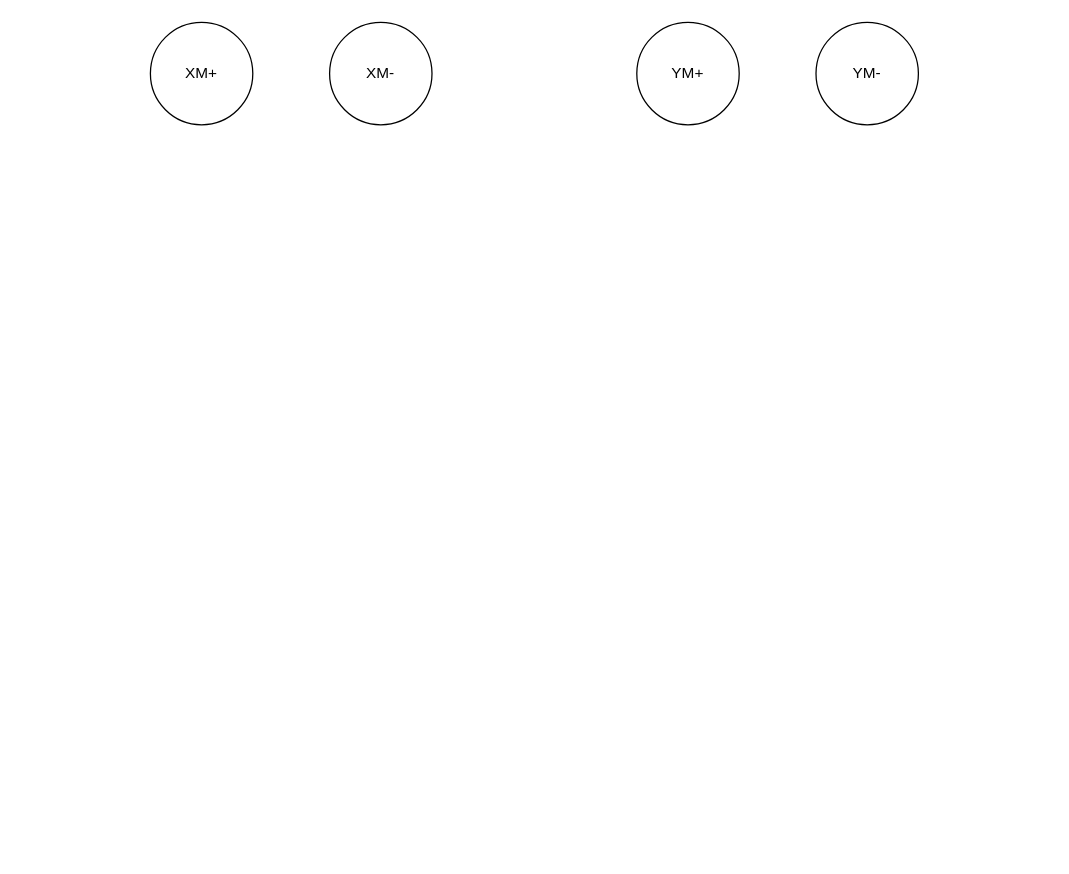
lspark11/ENME-533-Project keeps this draw.io diagram as BasicCNCStateDiagramXY.drawio. Above is the earlier version. Source tidied: cells renumbered, new cells numbered last; positions are measured from the earlier drawing's top-left corner, leaving out a move shared by most shapes. Both pictures are drawn from the tidied source at 128%, with x=0, y=0 at pixel (150, 22).
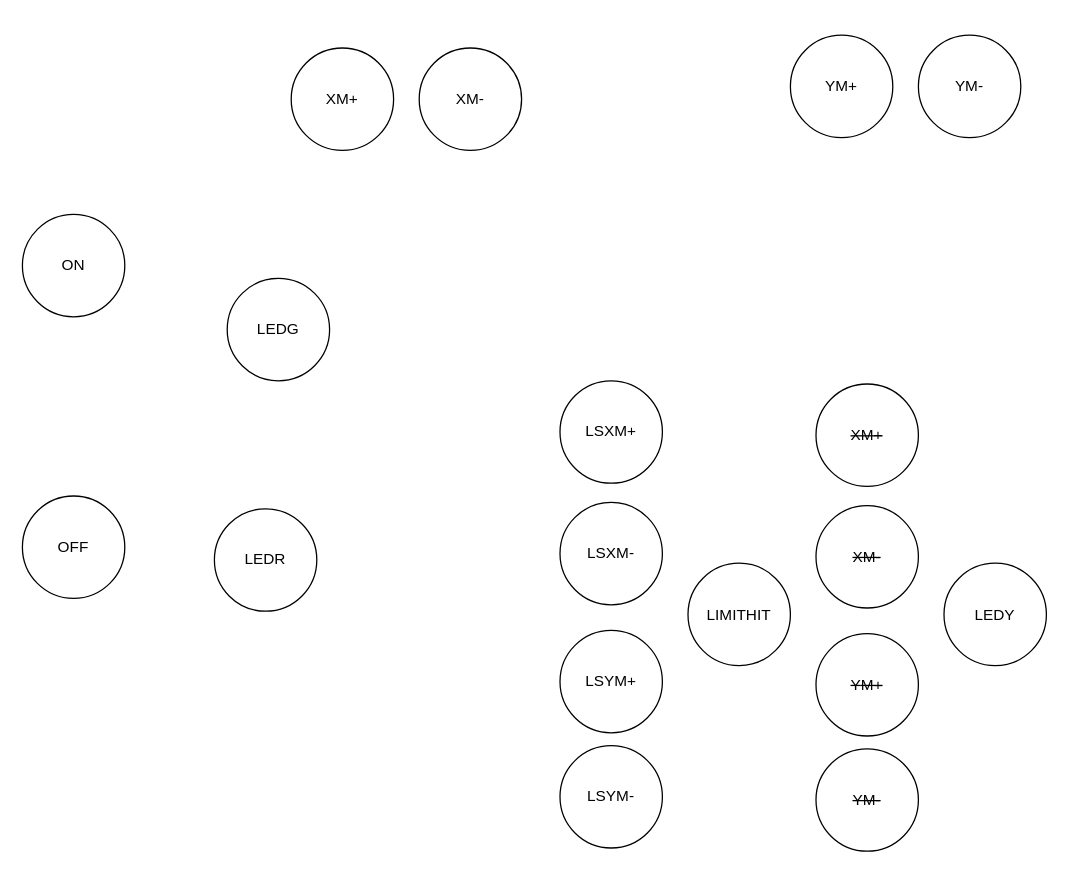
Above is the later version.

What changed in the source:
```diff
@@
 <mxGraphModel>
   <root>
     <mxCell id="0" />
     <mxCell id="1" parent="0" />
     <mxCell id="2" value="XM+" style="ellipse;whiteSpace=wrap;html=1;" parent="1" vertex="1">
-      <mxGeometry width="80" height="80" as="geometry" />
+      <mxGeometry x="110" y="20" width="80" height="80" as="geometry" />
     </mxCell>
     <mxCell id="3" value="YM-" style="ellipse;whiteSpace=wrap;html=1;" parent="1" vertex="1">
-      <mxGeometry x="520" width="80" height="80" as="geometry" />
+      <mxGeometry x="600" y="10" width="80" height="80" as="geometry" />
     </mxCell>
-    <mxCell id="4" value="XM-" style="ellipse;whiteSpace=wrap;html=1;" parent="1" vertex="1">
-      <mxGeometry x="140" width="80" height="80" as="geometry" />
+    <mxCell id="4" value="&lt;strike&gt;XM-&lt;/strike&gt;" style="ellipse;whiteSpace=wrap;html=1;" parent="1" vertex="1">
+      <mxGeometry x="520" y="377.5" width="80" height="80" as="geometry" />
     </mxCell>
     <mxCell id="5" value="Y&lt;span style=&quot;background-color: transparent; color: light-dark(rgb(0, 0, 0), rgb(255, 255, 255));&quot;&gt;M+&lt;/span&gt;" style="ellipse;whiteSpace=wrap;html=1;" parent="1" vertex="1">
-      <mxGeometry x="380" width="80" height="80" as="geometry" />
+      <mxGeometry x="500" y="10" width="80" height="80" as="geometry" />
     </mxCell>
+    <mxCell id="6" value="ON" style="ellipse;whiteSpace=wrap;html=1;" parent="1" vertex="1">
+      <mxGeometry x="-100" y="150" width="80" height="80" as="geometry" />
+    </mxCell>
+    <mxCell id="7" value="OFF" style="ellipse;whiteSpace=wrap;html=1;" parent="1" vertex="1">
+      <mxGeometry x="-100" y="370" width="80" height="80" as="geometry" />
+    </mxCell>
+    <mxCell id="8" value="LIMITHIT" style="ellipse;whiteSpace=wrap;html=1;" parent="1" vertex="1">
+      <mxGeometry x="420" y="422.5" width="80" height="80" as="geometry" />
+    </mxCell>
+    <mxCell id="9" value="&lt;strike&gt;XM+&lt;/strike&gt;" style="ellipse;whiteSpace=wrap;html=1;" parent="1" vertex="1">
+      <mxGeometry x="520" y="282.5" width="80" height="80" as="geometry" />
+    </mxCell>
+    <mxCell id="10" value="XM-" style="ellipse;whiteSpace=wrap;html=1;" parent="1" vertex="1">
+      <mxGeometry x="210" y="20" width="80" height="80" as="geometry" />
+    </mxCell>
+    <mxCell id="11" value="&lt;strike&gt;Y&lt;span style=&quot;background-color: transparent; color: light-dark(rgb(0, 0, 0), rgb(255, 255, 255));&quot;&gt;M+&lt;/span&gt;&lt;/strike&gt;" style="ellipse;whiteSpace=wrap;html=1;" parent="1" vertex="1">
+      <mxGeometry x="520" y="477.5" width="80" height="80" as="geometry" />
+    </mxCell>
+    <mxCell id="12" value="&lt;strike&gt;YM-&lt;/strike&gt;" style="ellipse;whiteSpace=wrap;html=1;" parent="1" vertex="1">
+      <mxGeometry x="520" y="567.5" width="80" height="80" as="geometry" />
+    </mxCell>
+    <mxCell id="13" value="LSXM-" style="ellipse;whiteSpace=wrap;html=1;" parent="1" vertex="1">
+      <mxGeometry x="320" y="375" width="80" height="80" as="geometry" />
+    </mxCell>
+    <mxCell id="14" value="LSXM+" style="ellipse;whiteSpace=wrap;html=1;" parent="1" vertex="1">
+      <mxGeometry x="320" y="280" width="80" height="80" as="geometry" />
+    </mxCell>
+    <mxCell id="15" value="LSYM-" style="ellipse;whiteSpace=wrap;html=1;" parent="1" vertex="1">
+      <mxGeometry x="320" y="565" width="80" height="80" as="geometry" />
+    </mxCell>
+    <mxCell id="16" value="LSYM+" style="ellipse;whiteSpace=wrap;html=1;" parent="1" vertex="1">
+      <mxGeometry x="320" y="475" width="80" height="80" as="geometry" />
+    </mxCell>
+    <mxCell id="17" value="LEDY" style="ellipse;whiteSpace=wrap;html=1;" parent="1" vertex="1">
+      <mxGeometry x="620" y="422.5" width="80" height="80" as="geometry" />
+    </mxCell>
+    <mxCell id="18" value="LEDG" style="ellipse;whiteSpace=wrap;html=1;" parent="1" vertex="1">
+      <mxGeometry x="60" y="200" width="80" height="80" as="geometry" />
+    </mxCell>
+    <mxCell id="19" value="LEDR" style="ellipse;whiteSpace=wrap;html=1;" parent="1" vertex="1">
+      <mxGeometry x="50" y="380" width="80" height="80" as="geometry" />
+    </mxCell>
   </root>
 </mxGraphModel>
```
